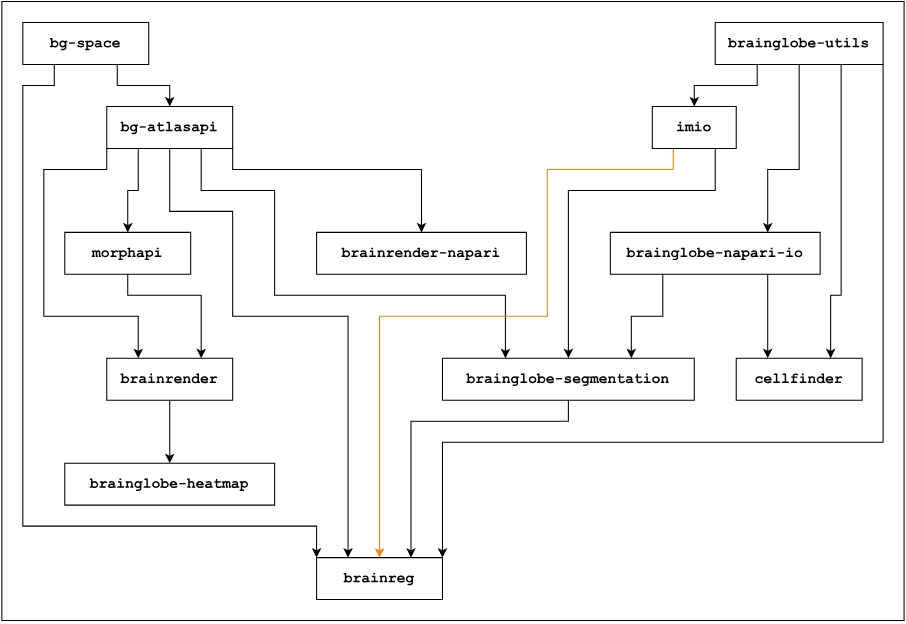
The draw.io diagram _images/brainglobe-dependencies.svg in brainglobe/brainglobe.github.io, before a commit. Source tidied: cells renumbered, new cells last; positions are measured from the earlier drawing's top-left corner, leaving out a move shared by most shapes.
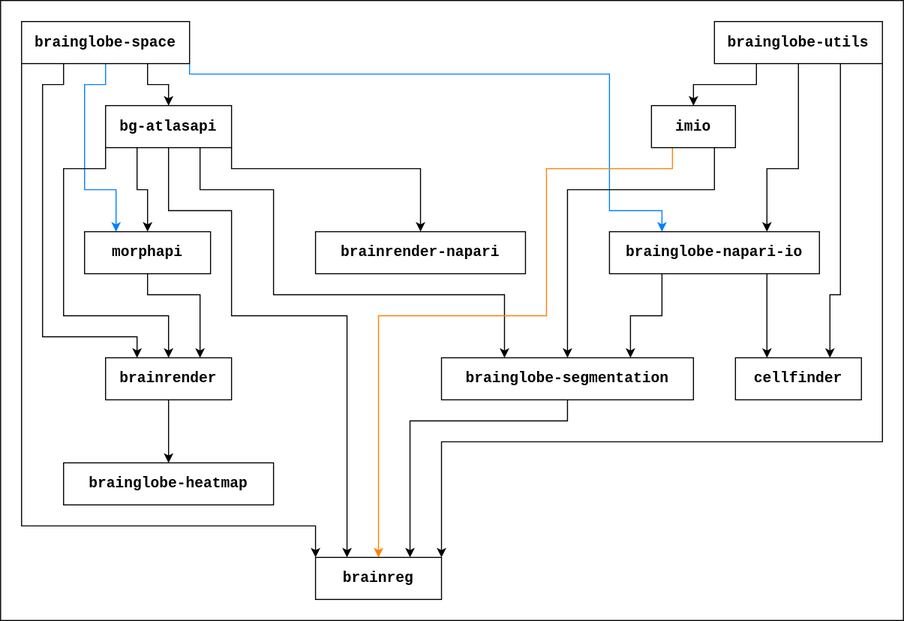
The same file after the commit.

The edit, as a diff of the source:
```diff
@@ -6,20 +6,53 @@
       <mxGeometry width="860" height="590" as="geometry" />
     </mxCell>
     <mxCell id="3" style="edgeStyle=orthogonalEdgeStyle;rounded=0;jettySize=auto;html=1;exitX=0.75;exitY=1;exitDx=0;exitDy=0;entryX=0.5;entryY=0;entryDx=0;entryDy=0;" parent="1" edge="1" source="5" target="16">
-      <mxGeometry relative="1" as="geometry" />
+      <mxGeometry relative="1" as="geometry">
+        <Array as="points">
+          <mxPoint x="140" y="80" />
+          <mxPoint x="160" y="80" />
+        </Array>
+      </mxGeometry>
     </mxCell>
-    <mxCell id="4" style="edgeStyle=orthogonalEdgeStyle;rounded=0;jettySize=auto;html=1;exitX=0.25;exitY=1;exitDx=0;exitDy=0;entryX=0;entryY=0;entryDx=0;entryDy=0;" parent="1" edge="1" source="5" target="29">
+    <mxCell id="4" style="edgeStyle=orthogonalEdgeStyle;rounded=0;jettySize=auto;html=1;exitX=0;exitY=1;exitDx=0;exitDy=0;entryX=0;entryY=0;entryDx=0;entryDy=0;" parent="1" edge="1" source="5" target="29">
       <mxGeometry relative="1" as="geometry">
         <Array as="points">
-          <mxPoint x="50" y="80" />
-          <mxPoint x="20" y="80" />
           <mxPoint x="20" y="500" />
           <mxPoint x="300" y="500" />
         </Array>
       </mxGeometry>
     </mxCell>
+    <mxCell id="33" style="edgeStyle=orthogonalEdgeStyle;rounded=0;jettySize=auto;html=1;exitX=1;exitY=1;exitDx=0;exitDy=0;entryX=0.25;entryY=0;entryDx=0;entryDy=0;strokeColor=#007FFF;" parent="1" edge="1" source="5" target="24">
+      <mxGeometry relative="1" as="geometry">
+        <Array as="points">
+          <mxPoint x="180" y="70" />
+          <mxPoint x="580" y="70" />
+          <mxPoint x="580" y="200" />
+          <mxPoint x="630" y="200" />
+        </Array>
+      </mxGeometry>
+    </mxCell>
+    <mxCell id="34" style="edgeStyle=orthogonalEdgeStyle;rounded=0;jettySize=auto;html=1;exitX=0.5;exitY=1;exitDx=0;exitDy=0;entryX=0.25;entryY=0;entryDx=0;entryDy=0;strokeColor=#007FFF;" parent="1" edge="1" source="5" target="21">
+      <mxGeometry relative="1" as="geometry">
+        <Array as="points">
+          <mxPoint x="100" y="80" />
+          <mxPoint x="80" y="80" />
+          <mxPoint x="80" y="180" />
+          <mxPoint x="110" y="180" />
+        </Array>
+      </mxGeometry>
+    </mxCell>
+    <mxCell id="35" style="edgeStyle=orthogonalEdgeStyle;rounded=0;jettySize=auto;html=1;exitX=0.25;exitY=1;exitDx=0;exitDy=0;entryX=0.25;entryY=0;entryDx=0;entryDy=0;" parent="1" edge="1" source="5" target="31">
+      <mxGeometry relative="1" as="geometry">
+        <Array as="points">
+          <mxPoint x="60" y="80" />
+          <mxPoint x="40" y="80" />
+          <mxPoint x="40" y="320" />
+          <mxPoint x="130" y="320" />
+        </Array>
+      </mxGeometry>
+    </mxCell>
-    <mxCell id="5" value="bg-space" style="rounded=0;whiteSpace=wrap;html=1;fillColor=default;fontFamily=Courier New;fontStyle=1;fontSize=14;fontColor=default;" parent="1" vertex="1">
-      <mxGeometry x="20" y="20" width="120" height="40" as="geometry" />
+    <mxCell id="5" value="brainglobe-space" style="rounded=0;whiteSpace=wrap;html=1;fillColor=default;fontFamily=Courier New;fontStyle=1;fontSize=14;fontColor=default;" parent="1" vertex="1">
+      <mxGeometry x="20" y="20" width="160" height="40" as="geometry" />
     </mxCell>
     <mxCell id="6" style="edgeStyle=orthogonalEdgeStyle;rounded=0;jettySize=auto;html=1;exitX=0.25;exitY=1;exitDx=0;exitDy=0;entryX=0.5;entryY=0;entryDx=0;entryDy=0;" parent="1" edge="1" source="10" target="19">
       <mxGeometry relative="1" as="geometry">
@@ -60,7 +93,7 @@
       <mxGeometry relative="1" as="geometry">
         <Array as="points">
           <mxPoint x="130" y="180" />
-          <mxPoint x="120" y="180" />
+          <mxPoint x="140" y="180" />
         </Array>
       </mxGeometry>
     </mxCell>
@@ -92,13 +125,13 @@
         </Array>
       </mxGeometry>
     </mxCell>
-    <mxCell id="15" style="edgeStyle=orthogonalEdgeStyle;rounded=0;jettySize=auto;html=1;exitX=0;exitY=1;exitDx=0;exitDy=0;entryX=0.25;entryY=0;entryDx=0;entryDy=0;" parent="1" edge="1" source="16" target="31">
+    <mxCell id="15" style="edgeStyle=orthogonalEdgeStyle;rounded=0;jettySize=auto;html=1;exitX=0;exitY=1;exitDx=0;exitDy=0;entryX=0.5;entryY=0;entryDx=0;entryDy=0;" parent="1" edge="1" source="16" target="31">
       <mxGeometry relative="1" as="geometry">
         <Array as="points">
           <mxPoint x="100" y="160" />
-          <mxPoint x="40" y="160" />
-          <mxPoint x="40" y="300" />
-          <mxPoint x="130" y="300" />
+          <mxPoint x="60" y="160" />
+          <mxPoint x="60" y="300" />
+          <mxPoint x="160" y="300" />
         </Array>
       </mxGeometry>
     </mxCell>
@@ -129,13 +162,13 @@
     <mxCell id="20" style="edgeStyle=orthogonalEdgeStyle;rounded=0;jettySize=auto;html=1;exitX=0.5;exitY=1;exitDx=0;exitDy=0;entryX=0.75;entryY=0;entryDx=0;entryDy=0;" parent="1" edge="1" source="21" target="31">
       <mxGeometry relative="1" as="geometry">
         <Array as="points">
-          <mxPoint x="120" y="280" />
+          <mxPoint x="140" y="280" />
           <mxPoint x="190" y="280" />
         </Array>
       </mxGeometry>
     </mxCell>
     <mxCell id="21" value="morphapi" style="rounded=0;whiteSpace=wrap;html=1;fillColor=default;fontFamily=Courier New;fontStyle=1;fontSize=14;fontColor=default;" parent="1" vertex="1">
-      <mxGeometry x="60" y="220" width="120" height="40" as="geometry" />
+      <mxGeometry x="80" y="220" width="120" height="40" as="geometry" />
     </mxCell>
     <mxCell id="22" style="edgeStyle=orthogonalEdgeStyle;rounded=0;jettySize=auto;html=1;exitX=0.75;exitY=1;exitDx=0;exitDy=0;entryX=0.25;entryY=0;entryDx=0;entryDy=0;" parent="1" edge="1" source="24" target="28">
       <mxGeometry relative="1" as="geometry" />
```
